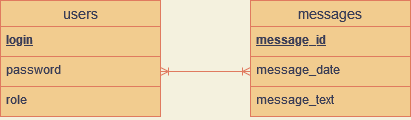
Before: writer-reader-db.drawio.png, a diagram exported from draw.io (RazumeetsyaDanila/writer-reader-app). Source tidied: cells renumbered, new cells last; positions are measured from the earlier drawing's top-left corner, leaving out a move shared by most shapes.
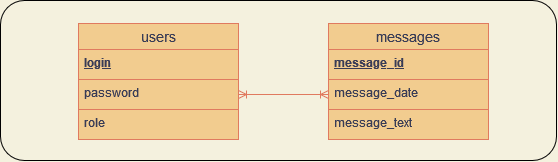
The same file after the commit.

The edit, as a diff of the source:
```diff
@@ -29,5 +29,8 @@
     <mxCell id="10" style="edgeStyle=entityRelationEdgeStyle;fontSize=12;html=1;endArrow=ERoneToMany;startArrow=ERoneToMany;rounded=0;entryX=0;entryY=0.5;entryDx=0;entryDy=0;exitX=1;exitY=0.5;exitDx=0;exitDy=0;fillColor=#F2CC8F;strokeColor=#E07A5F;labelBackgroundColor=#F4F1DE;fontColor=#393C56;" parent="1" edge="1" source="4" target="8">
       <mxGeometry relative="1" as="geometry" />
     </mxCell>
+    <mxCell id="11" style="rounded=1;whiteSpace=wrap;html=1;sketch=0;fillColor=none;" parent="1" vertex="1">
+      <mxGeometry x="-78" y="-23" width="556" height="160" as="geometry" />
+    </mxCell>
   </root>
 </mxGraphModel>
```
